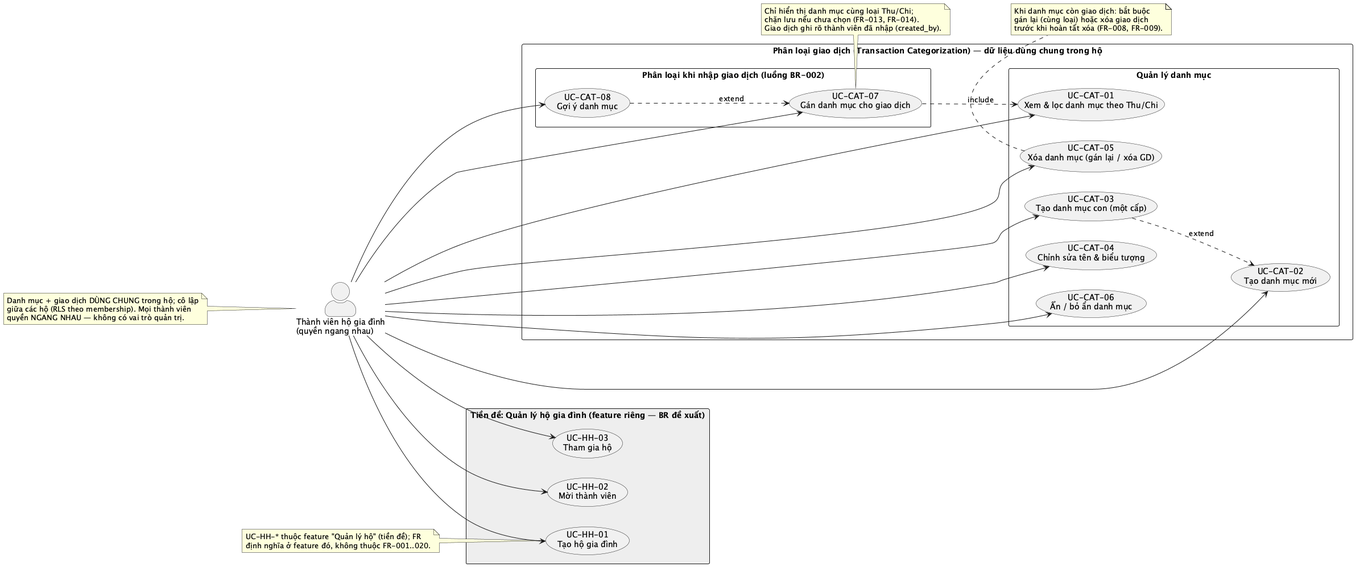
tuanpham197/mango-family keeps this PlantUML diagram as specs/diagrams/use-cases.png. Above is the earlier version. Its diagram source:
```plantuml
@startuml Use Cases — Phân loại giao dịch (sổ chung hộ gia đình)
left to right direction
skinparam packageStyle rectangle
skinparam shadowing false
skinparam actorStyle awesome

actor "Thành viên hộ gia đình\n(quyền ngang nhau)" as member

rectangle "Phân loại giao dịch (Transaction Categorization) — dữ liệu dùng chung trong hộ" {

    package "Quản lý danh mục" {
        usecase "UC-CAT-01\nXem & lọc danh mục theo Thu/Chi" as UC01
        usecase "UC-CAT-02\nTạo danh mục mới" as UC02
        usecase "UC-CAT-03\nTạo danh mục con (một cấp)" as UC03
        usecase "UC-CAT-04\nChỉnh sửa tên & biểu tượng" as UC04
        usecase "UC-CAT-05\nXóa danh mục (gán lại / xóa GD)" as UC05
        usecase "UC-CAT-06\nẨn / bỏ ẩn danh mục" as UC06
    }

    package "Phân loại khi nhập giao dịch (luồng BR-002)" {
        usecase "UC-CAT-07\nGán danh mục cho giao dịch" as UC07
        usecase "UC-CAT-08\nGợi ý danh mục" as UC08
    }
}

rectangle "Tiền đề: Quản lý hộ gia đình (feature riêng — BR đề xuất)" #EEEEEE {
    usecase "UC-HH-01\nTạo hộ gia đình" as HH01
    usecase "UC-HH-02\nMời thành viên" as HH02
    usecase "UC-HH-03\nTham gia hộ" as HH03
}

member --> UC01
member --> UC02
member --> UC03
member --> UC04
member --> UC05
member --> UC06
member --> UC07
member --> UC08
member --> HH01
member --> HH02
member --> HH03

UC03 ..> UC02 : «extend»
UC07 ..> UC01 : «include»
UC08 ..> UC07 : «extend»

note bottom of UC05
  Khi danh mục còn giao dịch: bắt buộc
  gán lại (cùng loại) hoặc xóa giao dịch
  trước khi hoàn tất xóa (FR-008, FR-009).
end note

note bottom of UC07
  Chỉ hiển thị danh mục cùng loại Thu/Chi;
  chặn lưu nếu chưa chọn (FR-013, FR-014).
  Giao dịch ghi rõ thành viên đã nhập (created_by).
end note

note as N1
  Danh mục + giao dịch DÙNG CHUNG trong hộ; cô lập
  giữa các hộ (RLS theo membership). Mọi thành viên
  quyền NGANG NHAU — không có vai trò quản trị.
end note
N1 .. member

note as N2
  UC-HH-* thuộc feature "Quản lý hộ" (tiền đề); FR
  định nghĩa ở feature đó, không thuộc FR-001..020.
end note
N2 .. HH01

@enduml
```
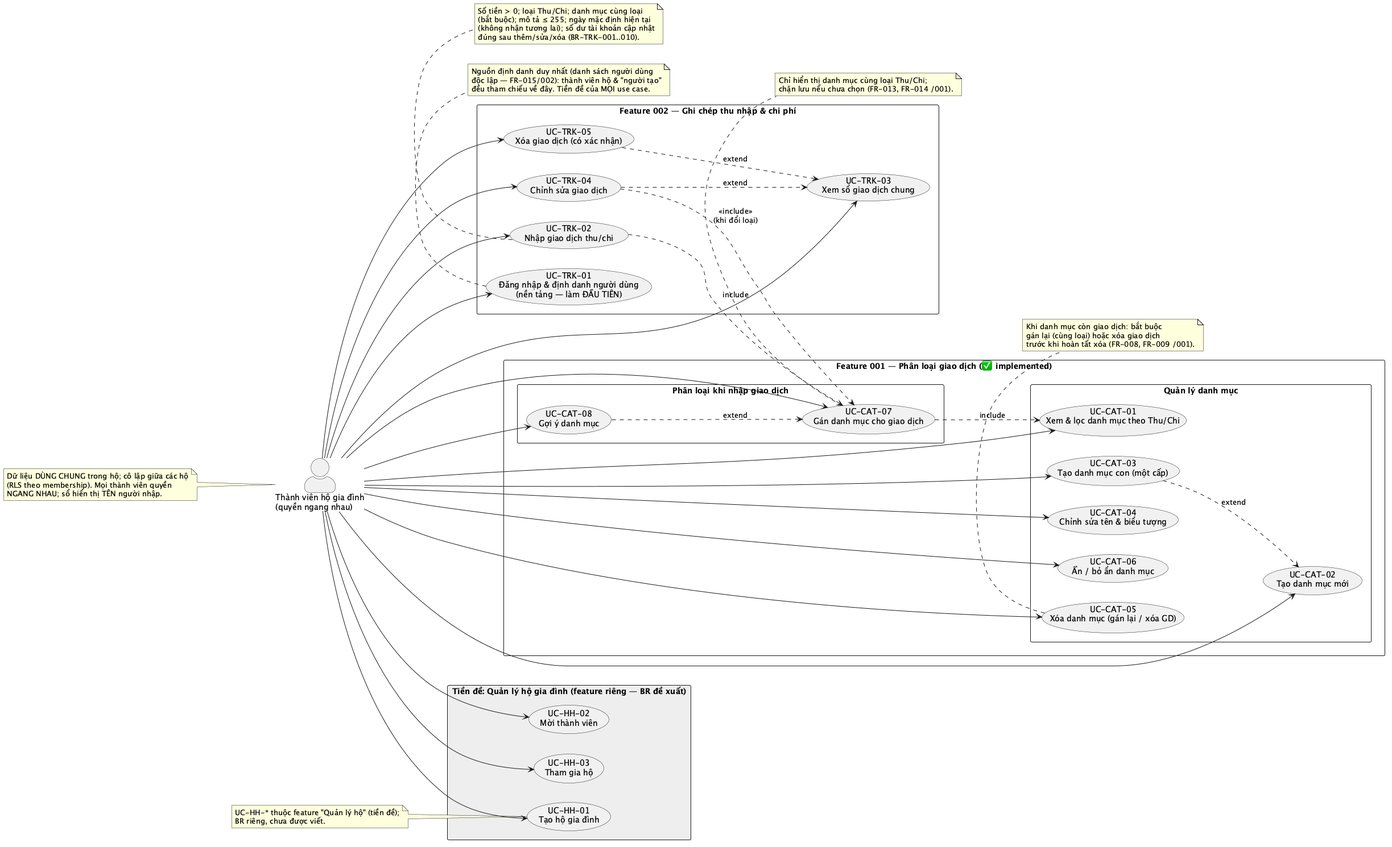
Later version of the same file.

Change to the diagram source:
```diff
@@ -1,4 +1,4 @@
-@startuml Use Cases — Phân loại giao dịch (sổ chung hộ gia đình)
+@startuml Use Cases — Sổ tài chính hộ gia đình (feature 001 + 002)
 left to right direction
 skinparam packageStyle rectangle
 skinparam shadowing false
@@ -6,7 +6,15 @@
 
 actor "Thành viên hộ gia đình\n(quyền ngang nhau)" as member
 
-rectangle "Phân loại giao dịch (Transaction Categorization) — dữ liệu dùng chung trong hộ" {
+rectangle "Feature 002 — Ghi chép thu nhập & chi phí" {
+    usecase "UC-TRK-01\nĐăng nhập & định danh người dùng\n(nền tảng — làm ĐẦU TIÊN)" as TRK01
+    usecase "UC-TRK-02\nNhập giao dịch thu/chi" as TRK02
+    usecase "UC-TRK-03\nXem sổ giao dịch chung" as TRK03
+    usecase "UC-TRK-04\nChỉnh sửa giao dịch" as TRK04
+    usecase "UC-TRK-05\nXóa giao dịch (có xác nhận)" as TRK05
+}
+
+rectangle "Feature 001 — Phân loại giao dịch (✅ implemented)" {
 
     package "Quản lý danh mục" {
         usecase "UC-CAT-01\nXem & lọc danh mục theo Thu/Chi" as UC01
@@ -17,7 +25,7 @@
         usecase "UC-CAT-06\nẨn / bỏ ẩn danh mục" as UC06
     }
 
-    package "Phân loại khi nhập giao dịch (luồng BR-002)" {
+    package "Phân loại khi nhập giao dịch" {
         usecase "UC-CAT-07\nGán danh mục cho giao dịch" as UC07
         usecase "UC-CAT-08\nGợi ý danh mục" as UC08
     }
@@ -29,6 +37,11 @@
     usecase "UC-HH-03\nTham gia hộ" as HH03
 }
 
+member --> TRK01
+member --> TRK02
+member --> TRK03
+member --> TRK04
+member --> TRK05
 member --> UC01
 member --> UC02
 member --> UC03
@@ -44,29 +57,45 @@
 UC03 ..> UC02 : «extend»
 UC07 ..> UC01 : «include»
 UC08 ..> UC07 : «extend»
+TRK02 ..> UC07 : «include»
+TRK04 ..> TRK03 : «extend»
+TRK05 ..> TRK03 : «extend»
+TRK04 ..> UC07 : «include»\n(khi đổi loại)
+
+note bottom of TRK01
+  Nguồn định danh duy nhất (danh sách người dùng
+  độc lập — FR-015/002): thành viên hộ & "người tạo"
+  đều tham chiếu về đây. Tiền đề của MỌI use case.
+end note
+
+note bottom of TRK02
+  Số tiền > 0; loại Thu/Chi; danh mục cùng loại
+  (bắt buộc); mô tả ≤ 255; ngày mặc định hiện tại
+  (không nhận tương lai); số dư tài khoản cập nhật
+  đúng sau thêm/sửa/xóa (BR-TRK-001..010).
+end note
 
 note bottom of UC05
   Khi danh mục còn giao dịch: bắt buộc
   gán lại (cùng loại) hoặc xóa giao dịch
-  trước khi hoàn tất xóa (FR-008, FR-009).
+  trước khi hoàn tất xóa (FR-008, FR-009 /001).
 end note
 
 note bottom of UC07
   Chỉ hiển thị danh mục cùng loại Thu/Chi;
-  chặn lưu nếu chưa chọn (FR-013, FR-014).
-  Giao dịch ghi rõ thành viên đã nhập (created_by).
+  chặn lưu nếu chưa chọn (FR-013, FR-014 /001).
 end note
 
 note as N1
-  Danh mục + giao dịch DÙNG CHUNG trong hộ; cô lập
-  giữa các hộ (RLS theo membership). Mọi thành viên
-  quyền NGANG NHAU — không có vai trò quản trị.
+  Dữ liệu DÙNG CHUNG trong hộ; cô lập giữa các hộ
+  (RLS theo membership). Mọi thành viên quyền
+  NGANG NHAU; sổ hiển thị TÊN người nhập.
 end note
 N1 .. member
 
 note as N2
-  UC-HH-* thuộc feature "Quản lý hộ" (tiền đề); FR
-  định nghĩa ở feature đó, không thuộc FR-001..020.
+  UC-HH-* thuộc feature "Quản lý hộ" (tiền đề);
+  BR riêng, chưa được viết.
 end note
 N2 .. HH01
 
```
